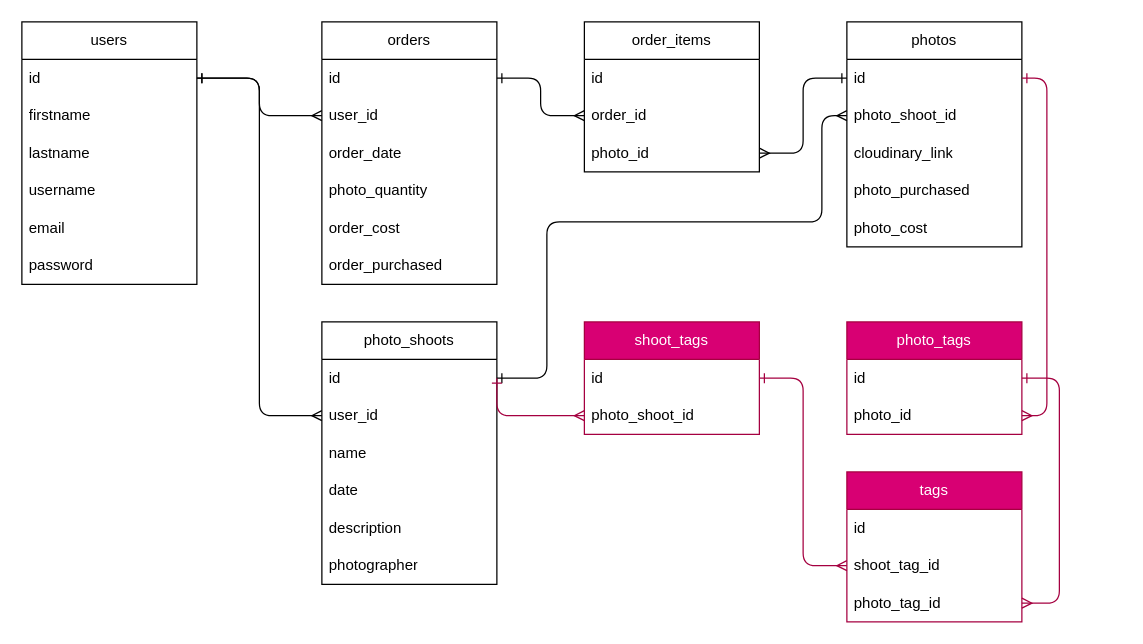
stforrester/Aperture-v1-SE102824_Capstone keeps this draw.io diagram as erd.drawio. Above is the earlier version. Source tidied: cells renumbered, new cells numbered last; positions are measured from the earlier drawing's top-left corner, leaving out a move shared by most shapes. Both pictures are drawn from the tidied source at 125%, with x=0, y=0 at pixel (21, 21).
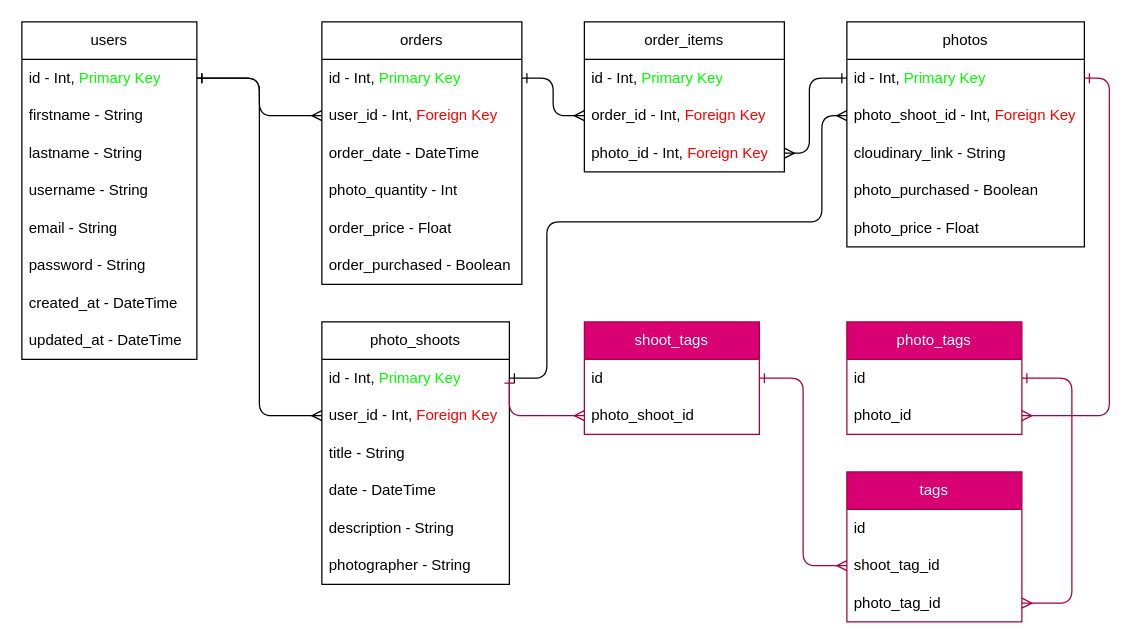
The same page after the edit.

Commit message:
updates ERD with DataType, Primary/Foreign Key designations

The change refers to these unchanged cells:
```xml
<mxCell id="40" value="photo_shoot_id" style="text;strokeColor=none;fillColor=none;align=left;verticalAlign=middle;spacingLeft=4;spacingRight=4;overflow=hidden;points=[[0,0.5],[1,0.5]];portConstraint=eastwest;whiteSpace=wrap;html=1;" parent="38" vertex="1">
  <mxGeometry y="60" width="140" height="30" as="geometry" />
</mxCell>
<mxCell id="45" value="photo_tag_id" style="text;strokeColor=none;fillColor=none;align=left;verticalAlign=middle;spacingLeft=4;spacingRight=4;overflow=hidden;points=[[0,0.5],[1,0.5]];portConstraint=eastwest;whiteSpace=wrap;html=1;" parent="42" vertex="1">
  <mxGeometry y="90" width="140" height="30" as="geometry" />
</mxCell>
<mxCell id="47" value="id&amp;nbsp;" style="text;strokeColor=none;fillColor=none;align=left;verticalAlign=middle;spacingLeft=4;spacingRight=4;overflow=hidden;points=[[0,0.5],[1,0.5]];portConstraint=eastwest;whiteSpace=wrap;html=1;" parent="46" vertex="1">
  <mxGeometry y="30" width="140" height="30" as="geometry" />
</mxCell>
<mxCell id="48" value="photo_id" style="text;strokeColor=none;fillColor=none;align=left;verticalAlign=middle;spacingLeft=4;spacingRight=4;overflow=hidden;points=[[0,0.5],[1,0.5]];portConstraint=eastwest;whiteSpace=wrap;html=1;" parent="46" vertex="1">
  <mxGeometry y="60" width="140" height="30" as="geometry" />
</mxCell>
```

Change to the diagram source:
```diff
@@
     <mxCell id="2" value="users" style="swimlane;fontStyle=0;horizontal=1;startSize=30;whiteSpace=wrap;html=1;" parent="1" vertex="1">
-      <mxGeometry width="140" height="210" as="geometry" />
+      <mxGeometry width="140" height="270" as="geometry" />
     </mxCell>
-    <mxCell id="3" value="id&amp;nbsp;" style="text;strokeColor=none;fillColor=none;align=left;verticalAlign=middle;spacingLeft=4;spacingRight=4;overflow=hidden;points=[[0,0.5],[1,0.5]];portConstraint=eastwest;whiteSpace=wrap;html=1;" parent="2" vertex="1">
+    <mxCell id="3" value="id - Int, &lt;font color=&quot;#00ff00&quot;&gt;Primary Key&lt;/font&gt;" style="text;strokeColor=none;fillColor=none;align=left;verticalAlign=middle;spacingLeft=4;spacingRight=4;overflow=hidden;points=[[0,0.5],[1,0.5]];portConstraint=eastwest;whiteSpace=wrap;html=1;" parent="2" vertex="1">
       <mxGeometry y="30" width="140" height="30" as="geometry" />
     </mxCell>
-    <mxCell id="4" value="firstname" style="text;strokeColor=none;fillColor=none;align=left;verticalAlign=middle;spacingLeft=4;spacingRight=4;overflow=hidden;whiteSpace=wrap;html=1;" parent="2" vertex="1">
+    <mxCell id="4" value="firstname - String" style="text;strokeColor=none;fillColor=none;align=left;verticalAlign=middle;spacingLeft=4;spacingRight=4;overflow=hidden;whiteSpace=wrap;html=1;" parent="2" vertex="1">
       <mxGeometry y="60" width="140" height="30" as="geometry" />
     </mxCell>
-    <mxCell id="5" value="lastname" style="text;strokeColor=none;fillColor=none;align=left;verticalAlign=middle;spacingLeft=4;spacingRight=4;overflow=hidden;whiteSpace=wrap;html=1;" parent="2" vertex="1">
+    <mxCell id="5" value="lastname&amp;nbsp;- String" style="text;strokeColor=none;fillColor=none;align=left;verticalAlign=middle;spacingLeft=4;spacingRight=4;overflow=hidden;whiteSpace=wrap;html=1;" parent="2" vertex="1">
       <mxGeometry y="90" width="140" height="30" as="geometry" />
     </mxCell>
-    <mxCell id="6" value="username" style="text;strokeColor=none;fillColor=none;align=left;verticalAlign=middle;spacingLeft=4;spacingRight=4;overflow=hidden;whiteSpace=wrap;html=1;" parent="2" vertex="1">
+    <mxCell id="6" value="username&amp;nbsp;- String" style="text;strokeColor=none;fillColor=none;align=left;verticalAlign=middle;spacingLeft=4;spacingRight=4;overflow=hidden;whiteSpace=wrap;html=1;" parent="2" vertex="1">
       <mxGeometry y="120" width="140" height="30" as="geometry" />
     </mxCell>
-    <mxCell id="7" value="email" style="text;strokeColor=none;fillColor=none;align=left;verticalAlign=middle;spacingLeft=4;spacingRight=4;overflow=hidden;whiteSpace=wrap;html=1;" parent="2" vertex="1">
+    <mxCell id="7" value="email&amp;nbsp;- String" style="text;strokeColor=none;fillColor=none;align=left;verticalAlign=middle;spacingLeft=4;spacingRight=4;overflow=hidden;whiteSpace=wrap;html=1;" parent="2" vertex="1">
       <mxGeometry y="150" width="140" height="30" as="geometry" />
     </mxCell>
-    <mxCell id="8" value="password" style="text;strokeColor=none;fillColor=none;align=left;verticalAlign=middle;spacingLeft=4;spacingRight=4;overflow=hidden;whiteSpace=wrap;html=1;" parent="2" vertex="1">
+    <mxCell id="8" value="password&amp;nbsp;- String" style="text;strokeColor=none;fillColor=none;align=left;verticalAlign=middle;spacingLeft=4;spacingRight=4;overflow=hidden;whiteSpace=wrap;html=1;" parent="2" vertex="1">
       <mxGeometry y="180" width="140" height="30" as="geometry" />
     </mxCell>
+    <mxCell id="52" value="created_at - DateTime" style="text;strokeColor=none;fillColor=none;align=left;verticalAlign=middle;spacingLeft=4;spacingRight=4;overflow=hidden;whiteSpace=wrap;html=1;" parent="2" vertex="1">
+      <mxGeometry y="210" width="140" height="30" as="geometry" />
+    </mxCell>
+    <mxCell id="53" value="updated_at&amp;nbsp;- DateTime" style="text;strokeColor=none;fillColor=none;align=left;verticalAlign=middle;spacingLeft=4;spacingRight=4;overflow=hidden;whiteSpace=wrap;html=1;" parent="2" vertex="1">
+      <mxGeometry y="240" width="140" height="30" as="geometry" />
+    </mxCell>
     <mxCell id="9" value="orders" style="swimlane;fontStyle=0;horizontal=1;startSize=30;whiteSpace=wrap;html=1;" parent="1" vertex="1">
-      <mxGeometry x="240" width="140" height="210" as="geometry" />
+      <mxGeometry x="240" width="160" height="210" as="geometry" />
     </mxCell>
-    <mxCell id="10" value="id&amp;nbsp;" style="text;strokeColor=none;fillColor=none;align=left;verticalAlign=middle;spacingLeft=4;spacingRight=4;overflow=hidden;points=[[0,0.5],[1,0.5]];portConstraint=eastwest;whiteSpace=wrap;html=1;" parent="9" vertex="1">
-      <mxGeometry y="30" width="140" height="30" as="geometry" />
+    <mxCell id="10" value="id - Int, &lt;font color=&quot;#00ff00&quot;&gt;Primary Key&lt;/font&gt;" style="text;strokeColor=none;fillColor=none;align=left;verticalAlign=middle;spacingLeft=4;spacingRight=4;overflow=hidden;points=[[0,0.5],[1,0.5]];portConstraint=eastwest;whiteSpace=wrap;html=1;" parent="9" vertex="1">
+      <mxGeometry y="30" width="160" height="30" as="geometry" />
     </mxCell>
-    <mxCell id="11" value="user_id" style="text;strokeColor=none;fillColor=none;align=left;verticalAlign=middle;spacingLeft=4;spacingRight=4;overflow=hidden;points=[[0,0.5],[1,0.5]];portConstraint=eastwest;whiteSpace=wrap;html=1;" parent="9" vertex="1">
-      <mxGeometry y="60" width="140" height="30" as="geometry" />
+    <mxCell id="11" value="user_id - Int, &lt;font color=&quot;#ff0000&quot;&gt;Foreign Key&lt;/font&gt;" style="text;strokeColor=none;fillColor=none;align=left;verticalAlign=middle;spacingLeft=4;spacingRight=4;overflow=hidden;points=[[0,0.5],[1,0.5]];portConstraint=eastwest;whiteSpace=wrap;html=1;" parent="9" vertex="1">
+      <mxGeometry y="60" width="160" height="30" as="geometry" />
     </mxCell>
-    <mxCell id="12" value="order_date" style="text;strokeColor=none;fillColor=none;align=left;verticalAlign=middle;spacingLeft=4;spacingRight=4;overflow=hidden;whiteSpace=wrap;html=1;" parent="9" vertex="1">
-      <mxGeometry y="90" width="140" height="30" as="geometry" />
+    <mxCell id="12" value="order_date - DateTime" style="text;strokeColor=none;fillColor=none;align=left;verticalAlign=middle;spacingLeft=4;spacingRight=4;overflow=hidden;whiteSpace=wrap;html=1;" parent="9" vertex="1">
+      <mxGeometry y="90" width="160" height="30" as="geometry" />
     </mxCell>
-    <mxCell id="13" value="photo_quantity" style="text;strokeColor=none;fillColor=none;align=left;verticalAlign=middle;spacingLeft=4;spacingRight=4;overflow=hidden;whiteSpace=wrap;html=1;" parent="9" vertex="1">
-      <mxGeometry y="120" width="140" height="30" as="geometry" />
+    <mxCell id="13" value="photo_quantity - Int" style="text;strokeColor=none;fillColor=none;align=left;verticalAlign=middle;spacingLeft=4;spacingRight=4;overflow=hidden;whiteSpace=wrap;html=1;" parent="9" vertex="1">
+      <mxGeometry y="120" width="160" height="30" as="geometry" />
     </mxCell>
-    <mxCell id="14" value="order_cost" style="text;strokeColor=none;fillColor=none;align=left;verticalAlign=middle;spacingLeft=4;spacingRight=4;overflow=hidden;whiteSpace=wrap;html=1;" parent="9" vertex="1">
-      <mxGeometry y="150" width="140" height="30" as="geometry" />
+    <mxCell id="14" value="order_price - Float" style="text;strokeColor=none;fillColor=none;align=left;verticalAlign=middle;spacingLeft=4;spacingRight=4;overflow=hidden;whiteSpace=wrap;html=1;" parent="9" vertex="1">
+      <mxGeometry y="150" width="160" height="30" as="geometry" />
     </mxCell>
-    <mxCell id="15" value="order_purchased" style="text;strokeColor=none;fillColor=none;align=left;verticalAlign=middle;spacingLeft=4;spacingRight=4;overflow=hidden;whiteSpace=wrap;html=1;" parent="9" vertex="1">
-      <mxGeometry y="180" width="140" height="30" as="geometry" />
+    <mxCell id="15" value="order_purchased - Boolean" style="text;strokeColor=none;fillColor=none;align=left;verticalAlign=middle;spacingLeft=4;spacingRight=4;overflow=hidden;whiteSpace=wrap;html=1;" parent="9" vertex="1">
+      <mxGeometry y="180" width="160" height="30" as="geometry" />
     </mxCell>
     <mxCell id="16" value="order_items" style="swimlane;fontStyle=0;horizontal=1;startSize=30;whiteSpace=wrap;html=1;" parent="1" vertex="1">
-      <mxGeometry x="450" width="140" height="120" as="geometry" />
+      <mxGeometry x="450" width="160" height="120" as="geometry" />
     </mxCell>
-    <mxCell id="17" value="id&amp;nbsp;" style="text;strokeColor=none;fillColor=none;align=left;verticalAlign=middle;spacingLeft=4;spacingRight=4;overflow=hidden;whiteSpace=wrap;html=1;" parent="16" vertex="1">
-      <mxGeometry y="30" width="140" height="30" as="geometry" />
+    <mxCell id="17" value="id - Int, &lt;font color=&quot;#00ff00&quot;&gt;Primary Key&lt;/font&gt;" style="text;strokeColor=none;fillColor=none;align=left;verticalAlign=middle;spacingLeft=4;spacingRight=4;overflow=hidden;whiteSpace=wrap;html=1;" parent="16" vertex="1">
+      <mxGeometry y="30" width="160" height="30" as="geometry" />
     </mxCell>
-    <mxCell id="18" value="order_id" style="text;strokeColor=none;fillColor=none;align=left;verticalAlign=middle;spacingLeft=4;spacingRight=4;overflow=hidden;points=[[0,0.5],[1,0.5]];portConstraint=eastwest;whiteSpace=wrap;html=1;" parent="16" vertex="1">
-      <mxGeometry y="60" width="140" height="30" as="geometry" />
+    <mxCell id="18" value="order_id - Int, &lt;font color=&quot;#ff0000&quot;&gt;Foreign Key&lt;/font&gt;" style="text;strokeColor=none;fillColor=none;align=left;verticalAlign=middle;spacingLeft=4;spacingRight=4;overflow=hidden;points=[[0,0.5],[1,0.5]];portConstraint=eastwest;whiteSpace=wrap;html=1;" parent="16" vertex="1">
+      <mxGeometry y="60" width="160" height="30" as="geometry" />
     </mxCell>
-    <mxCell id="19" value="photo_id" style="text;strokeColor=none;fillColor=none;align=left;verticalAlign=middle;spacingLeft=4;spacingRight=4;overflow=hidden;points=[[0,0.5],[1,0.5]];portConstraint=eastwest;whiteSpace=wrap;html=1;" parent="16" vertex="1">
-      <mxGeometry y="90" width="140" height="30" as="geometry" />
+    <mxCell id="19" value="photo_id - Int, &lt;font color=&quot;#ff0000&quot;&gt;Foreign Key&lt;/font&gt;" style="text;strokeColor=none;fillColor=none;align=left;verticalAlign=middle;spacingLeft=4;spacingRight=4;overflow=hidden;points=[[0,0.5],[1,0.5]];portConstraint=eastwest;whiteSpace=wrap;html=1;" parent="16" vertex="1">
+      <mxGeometry y="90" width="160" height="30" as="geometry" />
     </mxCell>
     <mxCell id="20" value="photos" style="swimlane;fontStyle=0;horizontal=1;startSize=30;whiteSpace=wrap;html=1;" parent="1" vertex="1">
-      <mxGeometry x="660" width="140" height="180" as="geometry" />
+      <mxGeometry x="660" width="190" height="180" as="geometry" />
     </mxCell>
-    <mxCell id="21" value="id&amp;nbsp;" style="text;strokeColor=none;fillColor=none;align=left;verticalAlign=middle;spacingLeft=4;spacingRight=4;overflow=hidden;points=[[0,0.5],[1,0.5]];portConstraint=eastwest;whiteSpace=wrap;html=1;" parent="20" vertex="1">
-      <mxGeometry y="30" width="140" height="30" as="geometry" />
+    <mxCell id="21" value="id - Int, &lt;font color=&quot;#00ff00&quot;&gt;Primary Key&lt;/font&gt;" style="text;strokeColor=none;fillColor=none;align=left;verticalAlign=middle;spacingLeft=4;spacingRight=4;overflow=hidden;points=[[0,0.5],[1,0.5]];portConstraint=eastwest;whiteSpace=wrap;html=1;" parent="20" vertex="1">
+      <mxGeometry y="30" width="190" height="30" as="geometry" />
     </mxCell>
-    <mxCell id="22" value="photo_shoot_id" style="text;strokeColor=none;fillColor=none;align=left;verticalAlign=middle;spacingLeft=4;spacingRight=4;overflow=hidden;points=[[0,0.5],[1,0.5]];portConstraint=eastwest;whiteSpace=wrap;html=1;" parent="20" vertex="1">
-      <mxGeometry y="60" width="140" height="30" as="geometry" />
+    <mxCell id="22" value="photo_shoot_id - Int, &lt;font color=&quot;#ff0000&quot;&gt;Foreign Key&lt;/font&gt;" style="text;strokeColor=none;fillColor=none;align=left;verticalAlign=middle;spacingLeft=4;spacingRight=4;overflow=hidden;points=[[0,0.5],[1,0.5]];portConstraint=eastwest;whiteSpace=wrap;html=1;" parent="20" vertex="1">
+      <mxGeometry y="60" width="190" height="30" as="geometry" />
     </mxCell>
-    <mxCell id="23" value="cloudinary_link" style="text;strokeColor=none;fillColor=none;align=left;verticalAlign=middle;spacingLeft=4;spacingRight=4;overflow=hidden;whiteSpace=wrap;html=1;" parent="20" vertex="1">
-      <mxGeometry y="90" width="140" height="30" as="geometry" />
+    <mxCell id="23" value="cloudinary_link - String" style="text;strokeColor=none;fillColor=none;align=left;verticalAlign=middle;spacingLeft=4;spacingRight=4;overflow=hidden;whiteSpace=wrap;html=1;" parent="20" vertex="1">
+      <mxGeometry y="90" width="190" height="30" as="geometry" />
     </mxCell>
-    <mxCell id="24" value="photo_purchased" style="text;strokeColor=none;fillColor=none;align=left;verticalAlign=middle;spacingLeft=4;spacingRight=4;overflow=hidden;whiteSpace=wrap;html=1;" parent="20" vertex="1">
-      <mxGeometry y="120" width="140" height="30" as="geometry" />
+    <mxCell id="24" value="photo_purchased - Boolean" style="text;strokeColor=none;fillColor=none;align=left;verticalAlign=middle;spacingLeft=4;spacingRight=4;overflow=hidden;whiteSpace=wrap;html=1;" parent="20" vertex="1">
+      <mxGeometry y="120" width="190" height="30" as="geometry" />
     </mxCell>
-    <mxCell id="25" value="photo_cost" style="text;strokeColor=none;fillColor=none;align=left;verticalAlign=middle;spacingLeft=4;spacingRight=4;overflow=hidden;whiteSpace=wrap;html=1;" parent="20" vertex="1">
-      <mxGeometry y="150" width="140" height="30" as="geometry" />
+    <mxCell id="25" value="photo_price - Float" style="text;strokeColor=none;fillColor=none;align=left;verticalAlign=middle;spacingLeft=4;spacingRight=4;overflow=hidden;whiteSpace=wrap;html=1;" parent="20" vertex="1">
+      <mxGeometry y="150" width="190" height="30" as="geometry" />
     </mxCell>
     <mxCell id="26" value="photo_shoots" style="swimlane;fontStyle=0;horizontal=1;startSize=30;whiteSpace=wrap;html=1;" parent="1" vertex="1">
-      <mxGeometry x="240" y="240" width="140" height="210" as="geometry" />
+      <mxGeometry x="240" y="240" width="150" height="210" as="geometry" />
     </mxCell>
-    <mxCell id="27" value="id&amp;nbsp;" style="text;strokeColor=none;fillColor=none;align=left;verticalAlign=middle;spacingLeft=4;spacingRight=4;overflow=hidden;points=[[0,0.5],[1,0.5]];portConstraint=eastwest;whiteSpace=wrap;html=1;" parent="26" vertex="1">
-      <mxGeometry y="30" width="140" height="30" as="geometry" />
+    <mxCell id="27" value="id - Int, &lt;font color=&quot;#00ff00&quot;&gt;Primary Key&lt;/font&gt;" style="text;strokeColor=none;fillColor=none;align=left;verticalAlign=middle;spacingLeft=4;spacingRight=4;overflow=hidden;points=[[0,0.5],[1,0.5]];portConstraint=eastwest;whiteSpace=wrap;html=1;" parent="26" vertex="1">
+      <mxGeometry y="30" width="150" height="30" as="geometry" />
     </mxCell>
-    <mxCell id="28" value="user_id" style="text;strokeColor=none;fillColor=none;align=left;verticalAlign=middle;spacingLeft=4;spacingRight=4;overflow=hidden;points=[[0,0.5],[1,0.5]];portConstraint=eastwest;whiteSpace=wrap;html=1;" parent="26" vertex="1">
-      <mxGeometry y="60" width="140" height="30" as="geometry" />
+    <mxCell id="28" value="user_id - Int, &lt;font color=&quot;#ff0000&quot;&gt;Foreign Key&lt;/font&gt;" style="text;strokeColor=none;fillColor=none;align=left;verticalAlign=middle;spacingLeft=4;spacingRight=4;overflow=hidden;points=[[0,0.5],[1,0.5]];portConstraint=eastwest;whiteSpace=wrap;html=1;" parent="26" vertex="1">
+      <mxGeometry y="60" width="150" height="30" as="geometry" />
     </mxCell>
-    <mxCell id="29" value="name" style="text;strokeColor=none;fillColor=none;align=left;verticalAlign=middle;spacingLeft=4;spacingRight=4;overflow=hidden;whiteSpace=wrap;html=1;" parent="26" vertex="1">
-      <mxGeometry y="90" width="140" height="30" as="geometry" />
+    <mxCell id="29" value="title - String" style="text;strokeColor=none;fillColor=none;align=left;verticalAlign=middle;spacingLeft=4;spacingRight=4;overflow=hidden;whiteSpace=wrap;html=1;" parent="26" vertex="1">
+      <mxGeometry y="90" width="150" height="30" as="geometry" />
     </mxCell>
-    <mxCell id="30" value="date" style="text;strokeColor=none;fillColor=none;align=left;verticalAlign=middle;spacingLeft=4;spacingRight=4;overflow=hidden;whiteSpace=wrap;html=1;" parent="26" vertex="1">
-      <mxGeometry y="120" width="140" height="30" as="geometry" />
+    <mxCell id="30" value="date - DateTime" style="text;strokeColor=none;fillColor=none;align=left;verticalAlign=middle;spacingLeft=4;spacingRight=4;overflow=hidden;whiteSpace=wrap;html=1;" parent="26" vertex="1">
+      <mxGeometry y="120" width="150" height="30" as="geometry" />
     </mxCell>
-    <mxCell id="31" value="description" style="text;strokeColor=none;fillColor=none;align=left;verticalAlign=middle;spacingLeft=4;spacingRight=4;overflow=hidden;whiteSpace=wrap;html=1;" parent="26" vertex="1">
-      <mxGeometry y="150" width="140" height="30" as="geometry" />
+    <mxCell id="31" value="description - String" style="text;strokeColor=none;fillColor=none;align=left;verticalAlign=middle;spacingLeft=4;spacingRight=4;overflow=hidden;whiteSpace=wrap;html=1;" parent="26" vertex="1">
+      <mxGeometry y="150" width="150" height="30" as="geometry" />
     </mxCell>
-    <mxCell id="32" value="photographer" style="text;strokeColor=none;fillColor=none;align=left;verticalAlign=middle;spacingLeft=4;spacingRight=4;overflow=hidden;whiteSpace=wrap;html=1;" parent="26" vertex="1">
-      <mxGeometry y="180" width="140" height="30" as="geometry" />
+    <mxCell id="32" value="photographer - String" style="text;strokeColor=none;fillColor=none;align=left;verticalAlign=middle;spacingLeft=4;spacingRight=4;overflow=hidden;whiteSpace=wrap;html=1;" parent="26" vertex="1">
+      <mxGeometry y="180" width="150" height="30" as="geometry" />
     </mxCell>
@@
     <mxCell id="36" style="edgeStyle=orthogonalEdgeStyle;html=1;exitX=0;exitY=0.5;exitDx=0;exitDy=0;entryX=1;entryY=0.5;entryDx=0;entryDy=0;endArrow=ERmany;endFill=0;startArrow=ERone;startFill=0;" parent="1" edge="1" source="21" target="19">
-      <mxGeometry relative="1" as="geometry" />
+      <mxGeometry relative="1" as="geometry">
+        <Array as="points">
+          <mxPoint x="630" y="45" />
+          <mxPoint x="630" y="105" />
+        </Array>
+      </mxGeometry>
     </mxCell>
@@
     <mxCell id="41" style="edgeStyle=orthogonalEdgeStyle;html=1;exitX=1;exitY=0.5;exitDx=0;exitDy=0;endArrow=ERmany;endFill=0;startArrow=ERone;startFill=0;fillColor=#d80073;strokeColor=#A50040;" parent="1" edge="1" source="27" target="40">
       <mxGeometry relative="1" as="geometry">
         <Array as="points">
-          <mxPoint x="380" y="315" />
+          <mxPoint x="390" y="315" />
         </Array>
       </mxGeometry>
     </mxCell>
@@
     <mxCell id="49" style="edgeStyle=orthogonalEdgeStyle;html=1;exitX=1;exitY=0.5;exitDx=0;exitDy=0;entryX=1;entryY=0.5;entryDx=0;entryDy=0;endArrow=ERmany;endFill=0;startArrow=ERone;startFill=0;fillColor=#d80073;strokeColor=#A50040;" parent="1" edge="1" source="21" target="48">
       <mxGeometry relative="1" as="geometry">
         <Array as="points">
-          <mxPoint x="820" y="45" />
-          <mxPoint x="820" y="315" />
+          <mxPoint x="870" y="45" />
+          <mxPoint x="870" y="315" />
         </Array>
       </mxGeometry>
     </mxCell>
@@
     <mxCell id="51" style="edgeStyle=orthogonalEdgeStyle;html=1;exitX=1;exitY=0.5;exitDx=0;exitDy=0;entryX=1;entryY=0.5;entryDx=0;entryDy=0;endArrow=ERmany;endFill=0;startArrow=ERone;startFill=0;fillColor=#d80073;strokeColor=#A50040;" parent="1" edge="1" source="47" target="45">
       <mxGeometry relative="1" as="geometry">
         <Array as="points">
-          <mxPoint x="830" y="285" />
-          <mxPoint x="830" y="465" />
+          <mxPoint x="840" y="285" />
+          <mxPoint x="840" y="465" />
         </Array>
       </mxGeometry>
     </mxCell>
```
